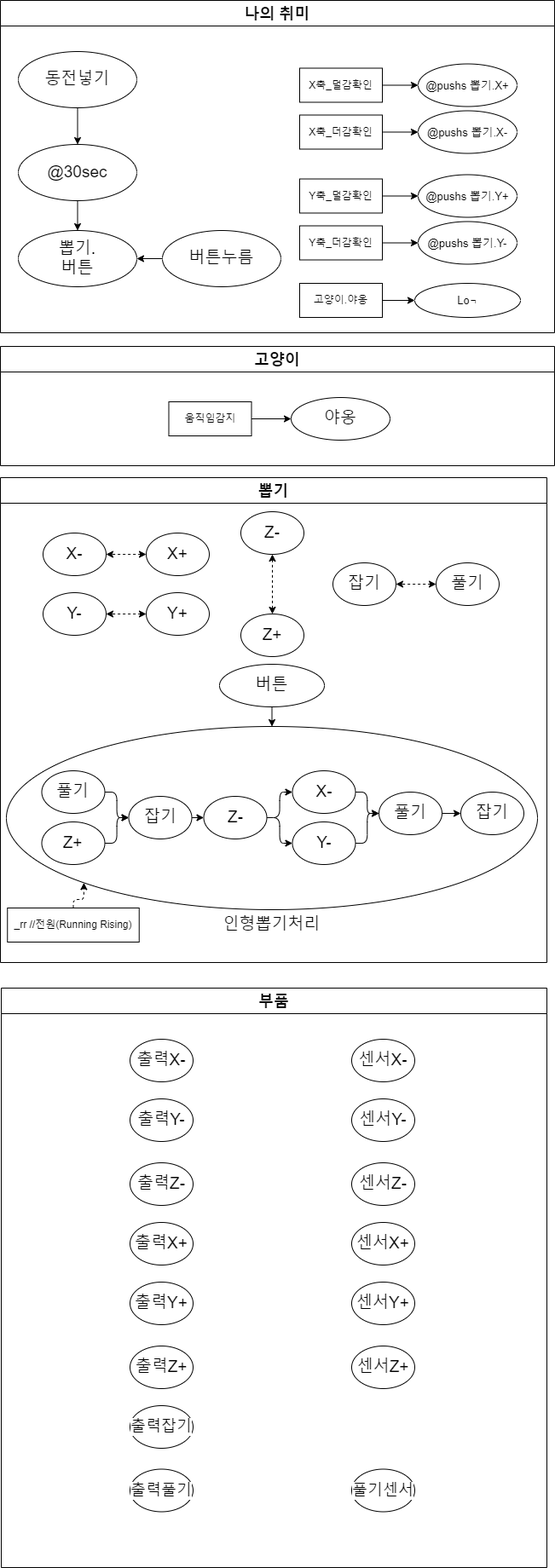
This is MySystem/png/my4.dio.png from DualsoftDev/ds, a draw.io export, as it was before one commit. Source tidied: cells renumbered, new cells last; positions are measured from the earlier drawing's top-left corner, leaving out a move shared by most shapes.
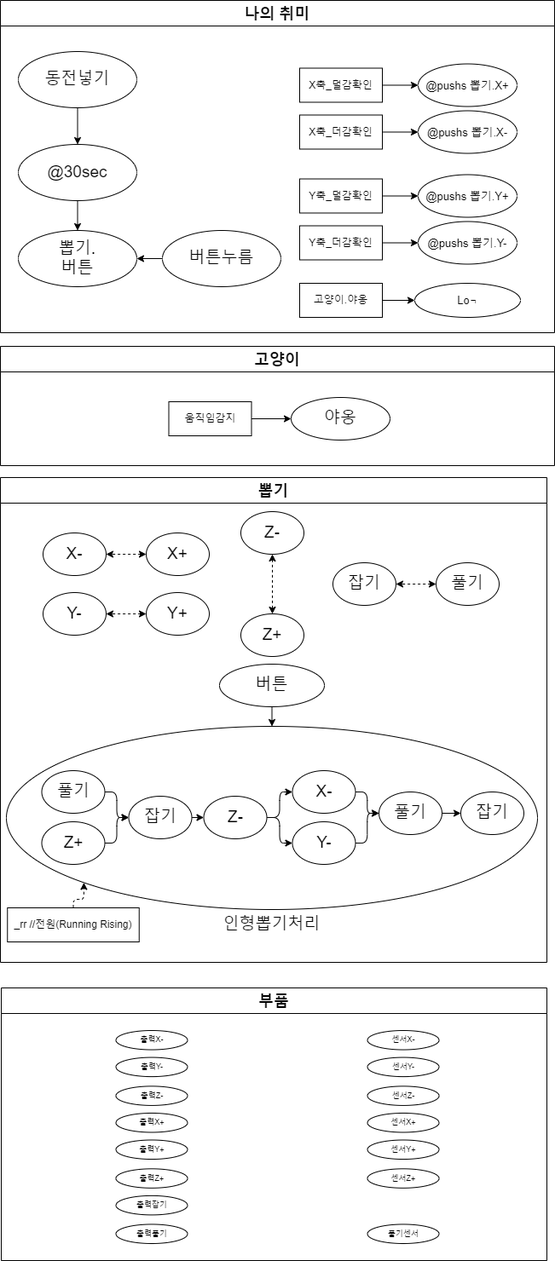
After the change.

What changed in the source:
```diff
@@ -188,52 +188,55 @@
       <mxGeometry relative="1" as="geometry" />
     </mxCell>
     <mxCell id="63" value="부품" style="swimlane;labelBackgroundColor=#FFFFFF;fontColor=none;fontSize=18;startSize=30;" parent="1" vertex="1">
-      <mxGeometry x="1" y="1159" width="640" height="680" as="geometry" />
+      <mxGeometry x="1" y="1159" width="640" height="320" as="geometry" />
     </mxCell>
+    <mxCell id="79" style="group;" parent="63" vertex="1">
+      <mxGeometry x="134.5" y="50" width="379" height="250" as="geometry" />
+    </mxCell>
-    <mxCell id="64" value="출력X+" style="ellipse;whiteSpace=wrap;html=1;labelBackgroundColor=#FFFFFF;fontColor=none;fontSize=19;" parent="63" vertex="1">
-      <mxGeometry x="151" y="275" width="74" height="50" as="geometry" />
+    <mxCell id="64" value="출력X+" style="ellipse;whiteSpace=wrap;html=1;labelBackgroundColor=#FFFFFF;fontColor=none;fontSize=9;" parent="79" vertex="1">
+      <mxGeometry y="96.9" width="84" height="22.5" as="geometry" />
     </mxCell>
-    <mxCell id="65" value="출력X-" style="ellipse;whiteSpace=wrap;html=1;labelBackgroundColor=#FFFFFF;fontColor=none;fontSize=19;" parent="63" vertex="1">
-      <mxGeometry x="151" y="60" width="74" height="50" as="geometry" />
+    <mxCell id="65" value="출력X-" style="ellipse;whiteSpace=wrap;html=1;labelBackgroundColor=#FFFFFF;fontColor=none;fontSize=9;" parent="79" vertex="1">
+      <mxGeometry width="84" height="22.5" as="geometry" />
     </mxCell>
-    <mxCell id="66" value="출력Z-" style="ellipse;whiteSpace=wrap;html=1;labelBackgroundColor=#FFFFFF;fontColor=none;fontSize=19;" parent="63" vertex="1">
-      <mxGeometry x="151" y="205" width="74" height="50" as="geometry" />
+    <mxCell id="66" value="출력Z-" style="ellipse;whiteSpace=wrap;html=1;labelBackgroundColor=#FFFFFF;fontColor=none;fontSize=9;" parent="79" vertex="1">
+      <mxGeometry y="65.4" width="84" height="22.5" as="geometry" />
     </mxCell>
-    <mxCell id="67" value="출력Z+" style="ellipse;whiteSpace=wrap;html=1;labelBackgroundColor=#FFFFFF;fontColor=none;fontSize=19;" parent="63" vertex="1">
-      <mxGeometry x="151" y="420" width="74" height="50" as="geometry" />
+    <mxCell id="67" value="출력Z+" style="ellipse;whiteSpace=wrap;html=1;labelBackgroundColor=#FFFFFF;fontColor=none;fontSize=9;" parent="79" vertex="1">
+      <mxGeometry y="162.3" width="84" height="22.5" as="geometry" />
     </mxCell>
-    <mxCell id="68" value="출력풀기" style="ellipse;whiteSpace=wrap;html=1;labelBackgroundColor=#FFFFFF;fontColor=none;fontSize=18;" parent="63" vertex="1">
-      <mxGeometry x="151" y="564.5" width="74" height="50" as="geometry" />
+    <mxCell id="68" value="출력풀기" style="ellipse;whiteSpace=wrap;html=1;labelBackgroundColor=#FFFFFF;fontColor=none;fontSize=9;" parent="79" vertex="1">
+      <mxGeometry y="227.5" width="84" height="22.5" as="geometry" />
     </mxCell>
-    <mxCell id="69" value="출력잡기" style="ellipse;whiteSpace=wrap;html=1;labelBackgroundColor=#FFFFFF;fontColor=none;fontSize=18;" parent="63" vertex="1">
-      <mxGeometry x="151" y="490" width="74" height="50" as="geometry" />
+    <mxCell id="69" value="출력잡기" style="ellipse;whiteSpace=wrap;html=1;labelBackgroundColor=#FFFFFF;fontColor=none;fontSize=9;" parent="79" vertex="1">
+      <mxGeometry y="193.9" width="84" height="22.5" as="geometry" />
     </mxCell>
-    <mxCell id="70" value="출력Y+" style="ellipse;whiteSpace=wrap;html=1;labelBackgroundColor=#FFFFFF;fontColor=none;fontSize=19;" parent="63" vertex="1">
-      <mxGeometry x="151" y="345" width="74" height="50" as="geometry" />
+    <mxCell id="70" value="출력Y+" style="ellipse;whiteSpace=wrap;html=1;labelBackgroundColor=#FFFFFF;fontColor=none;fontSize=9;" parent="79" vertex="1">
+      <mxGeometry y="128.5" width="84" height="22.5" as="geometry" />
     </mxCell>
-    <mxCell id="71" value="출력Y-" style="ellipse;whiteSpace=wrap;html=1;labelBackgroundColor=#FFFFFF;fontColor=none;fontSize=19;" parent="63" vertex="1">
-      <mxGeometry x="151" y="130" width="74" height="50" as="geometry" />
+    <mxCell id="71" value="출력Y-" style="ellipse;whiteSpace=wrap;html=1;labelBackgroundColor=#FFFFFF;fontColor=none;fontSize=9;" parent="79" vertex="1">
+      <mxGeometry y="31.6" width="84" height="22.5" as="geometry" />
     </mxCell>
-    <mxCell id="72" value="센서X+" style="ellipse;whiteSpace=wrap;html=1;labelBackgroundColor=#FFFFFF;fontColor=none;fontSize=19;" parent="63" vertex="1">
-      <mxGeometry x="411" y="275" width="74" height="50" as="geometry" />
+    <mxCell id="72" value="센서X+" style="ellipse;whiteSpace=wrap;html=1;labelBackgroundColor=#FFFFFF;fontColor=none;fontSize=9;" parent="79" vertex="1">
+      <mxGeometry x="295" y="96.9" width="84" height="22.5" as="geometry" />
     </mxCell>
-    <mxCell id="73" value="센서X-" style="ellipse;whiteSpace=wrap;html=1;labelBackgroundColor=#FFFFFF;fontColor=none;fontSize=19;" parent="63" vertex="1">
-      <mxGeometry x="411" y="60" width="74" height="50" as="geometry" />
+    <mxCell id="73" value="센서X-" style="ellipse;whiteSpace=wrap;html=1;labelBackgroundColor=#FFFFFF;fontColor=none;fontSize=9;" parent="79" vertex="1">
+      <mxGeometry x="295" width="84" height="22.5" as="geometry" />
     </mxCell>
-    <mxCell id="74" value="센서Z-" style="ellipse;whiteSpace=wrap;html=1;labelBackgroundColor=#FFFFFF;fontColor=none;fontSize=19;" parent="63" vertex="1">
-      <mxGeometry x="411" y="205" width="74" height="50" as="geometry" />
+    <mxCell id="74" value="센서Z-" style="ellipse;whiteSpace=wrap;html=1;labelBackgroundColor=#FFFFFF;fontColor=none;fontSize=9;" parent="79" vertex="1">
+      <mxGeometry x="295" y="65.4" width="84" height="22.5" as="geometry" />
     </mxCell>
-    <mxCell id="75" value="센서Z+" style="ellipse;whiteSpace=wrap;html=1;labelBackgroundColor=#FFFFFF;fontColor=none;fontSize=19;" parent="63" vertex="1">
-      <mxGeometry x="411" y="420" width="74" height="50" as="geometry" />
+    <mxCell id="75" value="센서Z+" style="ellipse;whiteSpace=wrap;html=1;labelBackgroundColor=#FFFFFF;fontColor=none;fontSize=9;" parent="79" vertex="1">
+      <mxGeometry x="295" y="162.3" width="84" height="22.5" as="geometry" />
     </mxCell>
-    <mxCell id="76" value="풀기센서" style="ellipse;whiteSpace=wrap;html=1;labelBackgroundColor=#FFFFFF;fontColor=none;fontSize=18;" parent="63" vertex="1">
-      <mxGeometry x="411" y="564.5" width="74" height="50" as="geometry" />
+    <mxCell id="76" value="풀기센서" style="ellipse;whiteSpace=wrap;html=1;labelBackgroundColor=#FFFFFF;fontColor=none;fontSize=9;" parent="79" vertex="1">
+      <mxGeometry x="295" y="227.5" width="84" height="22.5" as="geometry" />
     </mxCell>
-    <mxCell id="77" value="센서Y+" style="ellipse;whiteSpace=wrap;html=1;labelBackgroundColor=#FFFFFF;fontColor=none;fontSize=19;" parent="63" vertex="1">
-      <mxGeometry x="411" y="345" width="74" height="50" as="geometry" />
+    <mxCell id="77" value="센서Y+" style="ellipse;whiteSpace=wrap;html=1;labelBackgroundColor=#FFFFFF;fontColor=none;fontSize=9;" parent="79" vertex="1">
+      <mxGeometry x="295" y="128.5" width="84" height="22.5" as="geometry" />
     </mxCell>
-    <mxCell id="78" value="센서Y-" style="ellipse;whiteSpace=wrap;html=1;labelBackgroundColor=#FFFFFF;fontColor=none;fontSize=19;" parent="63" vertex="1">
-      <mxGeometry x="411" y="130" width="74" height="50" as="geometry" />
+    <mxCell id="78" value="센서Y-" style="ellipse;whiteSpace=wrap;html=1;labelBackgroundColor=#FFFFFF;fontColor=none;fontSize=9;" parent="79" vertex="1">
+      <mxGeometry x="295" y="31.6" width="84" height="22.5" as="geometry" />
     </mxCell>
   </root>
 </mxGraphModel>
```
